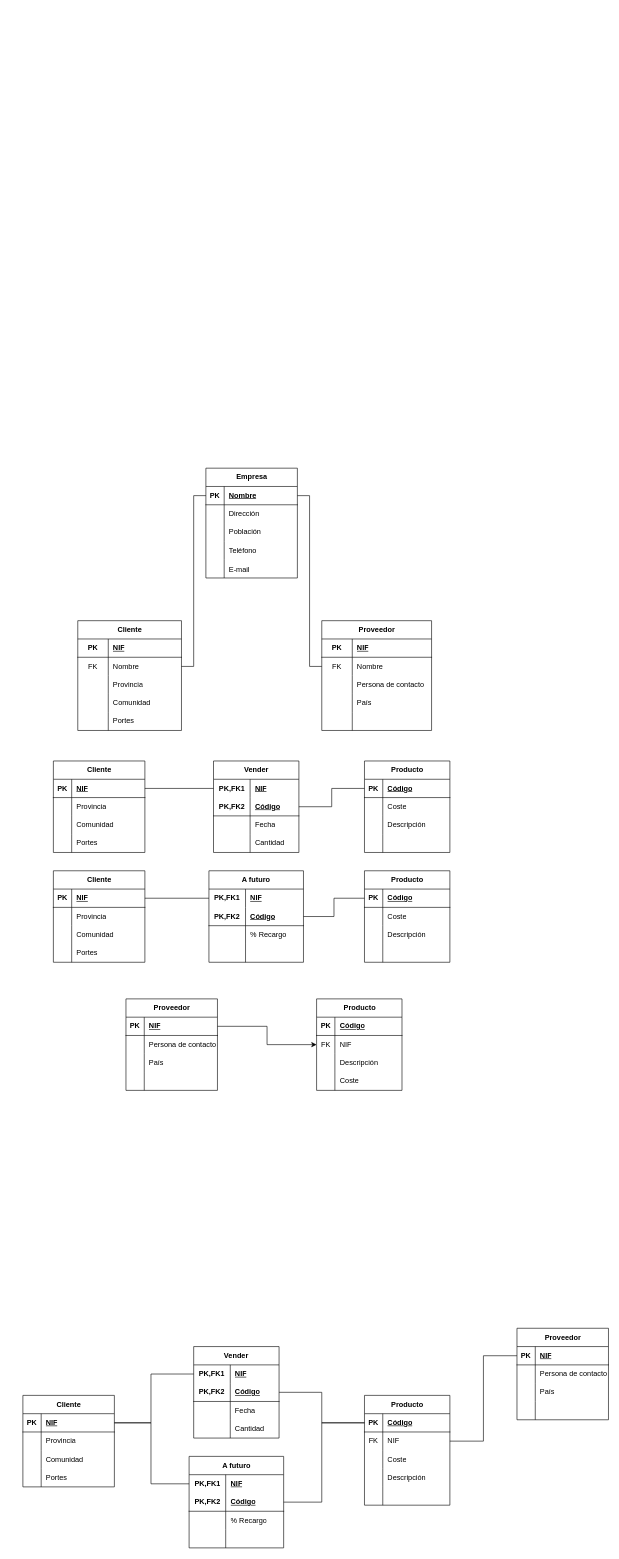
Before: EjercicioCalificable.drawio in GRMiguelAngel/Base-Datos, a draw.io diagram. Source tidied: cells renumbered, new cells numbered last; positions are measured from the earlier drawing's top-left corner, leaving out a move shared by most shapes. Both pictures are drawn from the tidied source at 61%, with x=0, y=0 at pixel (23, 468).
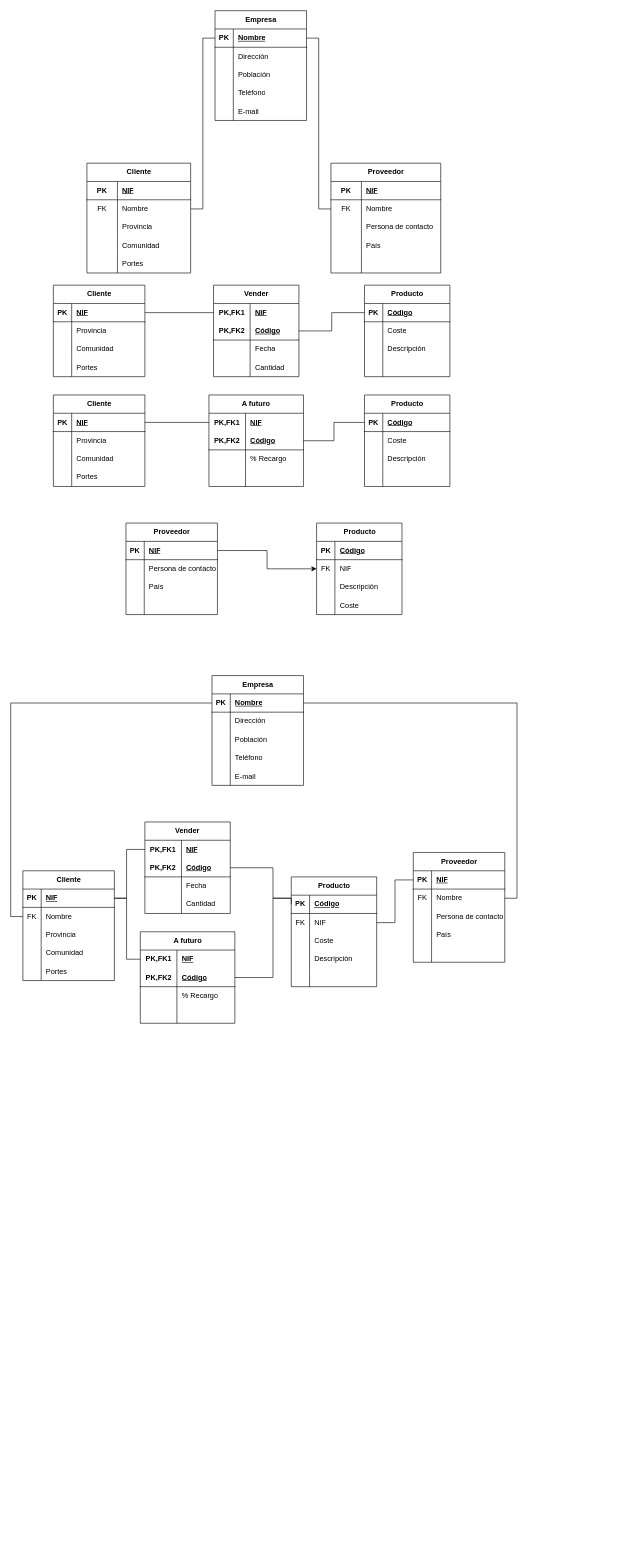
The same diagram, later.

The change refers to these unchanged cells:
```xml
<mxCell id="162" style="shape=tableRow;horizontal=0;startSize=0;swimlaneHead=0;swimlaneBody=0;fillColor=none;points=[[0,0.5],[1,0.5]];portConstraint=eastwest;top=0;left=0;right=0;bottom=0;html=1;" parent="161" vertex="1">
  <mxGeometry y="30" width="155" height="30" as="geometry" />
</mxCell>
<mxCell id="165" style="shape=tableRow;horizontal=0;startSize=0;swimlaneHead=0;swimlaneBody=0;fillColor=none;points=[[0,0.5],[1,0.5]];portConstraint=eastwest;top=0;left=0;right=0;bottom=1;html=1;" parent="161" vertex="1">
  <mxGeometry y="60" width="155" height="30" as="geometry" />
</mxCell>
<mxCell id="175" style="shape=tableRow;horizontal=0;startSize=0;swimlaneHead=0;swimlaneBody=0;fillColor=none;points=[[0,0.5],[1,0.5]];portConstraint=eastwest;top=0;left=0;right=0;bottom=1;" parent="174" vertex="1">
  <mxGeometry y="30" width="150" height="30" as="geometry" />
</mxCell>
<mxCell id="188" style="shape=tableRow;horizontal=0;startSize=0;swimlaneHead=0;swimlaneBody=0;fillColor=none;points=[[0,0.5],[1,0.5]];portConstraint=eastwest;top=0;left=0;right=0;bottom=0;html=1;" parent="187" vertex="1">
  <mxGeometry y="30" width="140" height="30" as="geometry" />
</mxCell>
<mxCell id="191" style="shape=tableRow;horizontal=0;startSize=0;swimlaneHead=0;swimlaneBody=0;fillColor=none;points=[[0,0.5],[1,0.5]];portConstraint=eastwest;top=0;left=0;right=0;bottom=1;html=1;" parent="187" vertex="1">
  <mxGeometry y="60" width="140" height="30" as="geometry" />
</mxCell>
<mxCell id="201" style="shape=tableRow;horizontal=0;startSize=0;swimlaneHead=0;swimlaneBody=0;fillColor=none;points=[[0,0.5],[1,0.5]];portConstraint=eastwest;top=0;left=0;right=0;bottom=1;" parent="200" vertex="1">
  <mxGeometry y="30" width="140" height="30" as="geometry" />
</mxCell>
```

Diff of the diagram source:
```diff
@@
     <mxCell id="2" value="A futuro" style="shape=table;startSize=30;childLayout=tableLayout;rowLines=0;fontStyle=1;align=center;html=1;whiteSpace=wrap;" parent="1" vertex="1">
-      <mxGeometry x="305" y="660" width="155" height="150" as="geometry" />
+      <mxGeometry x="305" y="-120" width="155" height="150" as="geometry" />
     </mxCell>
@@
     <mxCell id="17" value="Cliente" style="shape=table;startSize=30;childLayout=tableLayout;rowLines=0;fontStyle=1;align=center;html=1;" parent="1" vertex="1">
-      <mxGeometry x="50" y="480" width="150" height="150" as="geometry" />
+      <mxGeometry x="50" y="-300" width="150" height="150" as="geometry" />
     </mxCell>
@@
     <mxCell id="30" value="Producto" style="shape=table;startSize=30;childLayout=tableLayout;rowLines=0;fontStyle=1;align=center;html=1;" parent="1" vertex="1">
-      <mxGeometry x="560" y="660" width="140" height="150" as="geometry" />
+      <mxGeometry x="560" y="-120" width="140" height="150" as="geometry" />
     </mxCell>
@@
     <mxCell id="43" value="Vender" style="shape=table;startSize=30;childLayout=tableLayout;rowLines=0;fontStyle=1;align=center;html=1;whiteSpace=wrap;" parent="1" vertex="1">
-      <mxGeometry x="312.5" y="480" width="140" height="150" as="geometry" />
+      <mxGeometry x="312.5" y="-300" width="140" height="150" as="geometry" />
     </mxCell>
@@
     <mxCell id="56" value="Cliente" style="shape=table;startSize=30;childLayout=tableLayout;rowLines=0;fontStyle=1;align=center;html=1;" parent="1" vertex="1">
-      <mxGeometry x="50" y="660" width="150" height="150" as="geometry" />
+      <mxGeometry x="50" y="-120" width="150" height="150" as="geometry" />
     </mxCell>
@@
     <mxCell id="69" value="Producto" style="shape=table;startSize=30;childLayout=tableLayout;rowLines=0;fontStyle=1;align=center;html=1;" parent="1" vertex="1">
-      <mxGeometry x="560" y="480" width="140" height="150" as="geometry" />
+      <mxGeometry x="560" y="-300" width="140" height="150" as="geometry" />
     </mxCell>
@@
     <mxCell id="84" value="&lt;div&gt;Proveedor&lt;/div&gt;" style="shape=table;startSize=30;childLayout=tableLayout;rowLines=0;fontStyle=1;align=center;html=1;" parent="1" vertex="1">
-      <mxGeometry x="169" y="870" width="150" height="150" as="geometry" />
+      <mxGeometry x="169" y="90" width="150" height="150" as="geometry" />
     </mxCell>
@@
     <mxCell id="97" value="Producto" style="shape=table;startSize=30;childLayout=tableLayout;rowLines=0;fontStyle=1;align=center;html=1;" parent="1" vertex="1">
-      <mxGeometry x="481.5" y="870" width="140" height="150" as="geometry" />
+      <mxGeometry x="481.5" y="90" width="140" height="150" as="geometry" />
     </mxCell>
@@
     <mxCell id="111" value="Cliente" style="shape=table;startSize=30;childLayout=tableLayout;rowLines=0;fontStyle=1;align=center;html=1;" parent="1" vertex="1">
-      <mxGeometry x="90" y="250" width="170" height="180" as="geometry" />
+      <mxGeometry x="105" y="-500" width="170" height="180" as="geometry" />
     </mxCell>
@@
     <mxCell id="127" value="&lt;div&gt;Proveedor&lt;/div&gt;" style="shape=table;startSize=30;childLayout=tableLayout;rowLines=0;fontStyle=1;align=center;html=1;" parent="1" vertex="1">
-      <mxGeometry x="490" y="250" width="180" height="180" as="geometry" />
+      <mxGeometry x="505" y="-500" width="180" height="180" as="geometry" />
     </mxCell>
@@
     <mxCell id="143" value="Empresa" style="shape=table;startSize=30;childLayout=tableLayout;rowLines=0;fontStyle=1;align=center;html=1;" parent="1" vertex="1">
-      <mxGeometry x="300" width="150" height="180" as="geometry" />
+      <mxGeometry x="315" y="-750" width="150" height="180" as="geometry" />
     </mxCell>
@@
     <mxCell id="161" value="A futuro" style="shape=table;startSize=30;childLayout=tableLayout;rowLines=0;fontStyle=1;align=center;html=1;whiteSpace=wrap;" parent="1" vertex="1">
-      <mxGeometry x="272.5" y="1620" width="155" height="150" as="geometry" />
+      <mxGeometry x="192.5" y="760" width="155" height="150" as="geometry" />
     </mxCell>
@@
     <mxCell id="174" value="Cliente" style="shape=table;startSize=30;childLayout=tableLayout;rowLines=0;fontStyle=1;align=center;html=1;" parent="1" vertex="1">
-      <mxGeometry y="1520" width="150" height="150" as="geometry" />
+      <mxGeometry y="660" width="150" height="180" as="geometry" />
     </mxCell>
@@
+    <mxCell id="234" style="shape=tableRow;horizontal=0;startSize=0;swimlaneHead=0;swimlaneBody=0;fillColor=none;points=[[0,0.5],[1,0.5]];portConstraint=eastwest;top=0;left=0;right=0;bottom=0;" parent="174" vertex="1">
+      <mxGeometry y="60" width="150" height="30" as="geometry" />
+    </mxCell>
+    <mxCell id="235" value="FK" style="shape=partialRectangle;fillColor=none;top=0;left=0;bottom=0;right=0;fontStyle=0;overflow=hidden;whiteSpace=wrap;html=1;" parent="234" vertex="1">
+      <mxGeometry width="30" height="30" as="geometry" />
+    </mxCell>
+    <mxCell id="236" value="Nombre" style="shape=partialRectangle;fillColor=none;top=0;left=0;bottom=0;right=0;align=left;spacingLeft=6;fontStyle=0;overflow=hidden;whiteSpace=wrap;html=1;" parent="234" vertex="1">
+      <mxGeometry x="30" width="120" height="30" as="geometry" />
+    </mxCell>
     <mxCell id="178" style="shape=tableRow;horizontal=0;startSize=0;swimlaneHead=0;swimlaneBody=0;fillColor=none;top=0;left=0;right=0;bottom=0;" parent="174" vertex="1">
-      <mxGeometry y="60" width="150" height="30" as="geometry" />
+      <mxGeometry y="90" width="150" height="30" as="geometry" />
     </mxCell>
@@
     <mxCell id="181" style="shape=tableRow;horizontal=0;startSize=0;swimlaneHead=0;swimlaneBody=0;fillColor=none;top=0;left=0;right=0;bottom=0;" parent="174" vertex="1">
-      <mxGeometry y="90" width="150" height="30" as="geometry" />
+      <mxGeometry y="120" width="150" height="30" as="geometry" />
     </mxCell>
@@
     <mxCell id="184" style="shape=tableRow;horizontal=0;startSize=0;swimlaneHead=0;swimlaneBody=0;fillColor=none;top=0;left=0;right=0;bottom=0;" parent="174" vertex="1">
-      <mxGeometry y="120" width="150" height="30" as="geometry" />
+      <mxGeometry y="150" width="150" height="30" as="geometry" />
     </mxCell>
@@
     <mxCell id="187" value="Vender" style="shape=table;startSize=30;childLayout=tableLayout;rowLines=0;fontStyle=1;align=center;html=1;whiteSpace=wrap;" parent="1" vertex="1">
-      <mxGeometry x="280" y="1440" width="140" height="150" as="geometry" />
+      <mxGeometry x="200" y="580" width="140" height="150" as="geometry" />
     </mxCell>
@@
     <mxCell id="200" value="Producto" style="shape=table;startSize=30;childLayout=tableLayout;rowLines=0;fontStyle=1;align=center;html=1;" parent="1" vertex="1">
-      <mxGeometry x="560" y="1520" width="140" height="180" as="geometry" />
+      <mxGeometry x="440" y="670" width="140" height="180" as="geometry" />
     </mxCell>
@@
     <mxCell id="216" style="edgeStyle=orthogonalEdgeStyle;rounded=0;jettySize=auto;html=1;entryX=0;entryY=0.5;entryDx=0;entryDy=0;endArrow=none;endFill=0;" parent="1" edge="1" source="175" target="188">
       <mxGeometry relative="1" as="geometry">
         <Array as="points">
-          <mxPoint x="210" y="1565" />
-          <mxPoint x="210" y="1485" />
+          <mxPoint x="170" y="705" />
+          <mxPoint x="170" y="625" />
         </Array>
       </mxGeometry>
     </mxCell>
     <mxCell id="217" style="edgeStyle=orthogonalEdgeStyle;rounded=0;jettySize=auto;html=1;entryX=0;entryY=0.5;entryDx=0;entryDy=0;endArrow=none;endFill=0;" parent="1" edge="1" source="191" target="201">
       <mxGeometry relative="1" as="geometry">
         <Array as="points">
-          <mxPoint x="490" y="1515" />
-          <mxPoint x="490" y="1565" />
+          <mxPoint x="410" y="655" />
+          <mxPoint x="410" y="705" />
         </Array>
       </mxGeometry>
     </mxCell>
     <mxCell id="218" style="edgeStyle=orthogonalEdgeStyle;rounded=0;jettySize=auto;html=1;entryX=0;entryY=0.5;entryDx=0;entryDy=0;endArrow=none;endFill=0;" parent="1" edge="1" source="175" target="162">
       <mxGeometry relative="1" as="geometry">
         <Array as="points">
-          <mxPoint x="210" y="1565" />
-          <mxPoint x="210" y="1665" />
+          <mxPoint x="170" y="705" />
+          <mxPoint x="170" y="805" />
         </Array>
       </mxGeometry>
     </mxCell>
     <mxCell id="219" style="edgeStyle=orthogonalEdgeStyle;rounded=0;jettySize=auto;html=1;entryX=1;entryY=0.5;entryDx=0;entryDy=0;endArrow=none;endFill=0;" parent="1" edge="1" source="201" target="165">
       <mxGeometry relative="1" as="geometry">
         <Array as="points">
-          <mxPoint x="490" y="1565" />
-          <mxPoint x="490" y="1695" />
+          <mxPoint x="410" y="705" />
+          <mxPoint x="410" y="835" />
         </Array>
       </mxGeometry>
     </mxCell>
     <mxCell id="220" value="&lt;div&gt;Proveedor&lt;/div&gt;" style="shape=table;startSize=30;childLayout=tableLayout;rowLines=0;fontStyle=1;align=center;html=1;" parent="1" vertex="1">
-      <mxGeometry x="810" y="1410" width="150" height="150" as="geometry" />
+      <mxGeometry x="640" y="630" width="150" height="180" as="geometry" />
     </mxCell>
@@
+    <mxCell id="237" style="shape=tableRow;horizontal=0;startSize=0;swimlaneHead=0;swimlaneBody=0;fillColor=none;points=[[0,0.5],[1,0.5]];portConstraint=eastwest;top=0;left=0;right=0;bottom=0;" parent="220" vertex="1">
+      <mxGeometry y="60" width="150" height="30" as="geometry" />
+    </mxCell>
+    <mxCell id="238" value="FK" style="shape=partialRectangle;fillColor=none;top=0;left=0;bottom=0;right=0;fontStyle=0;overflow=hidden;whiteSpace=wrap;html=1;" parent="237" vertex="1">
+      <mxGeometry width="30" height="30" as="geometry" />
+    </mxCell>
+    <mxCell id="239" value="Nombre" style="shape=partialRectangle;fillColor=none;top=0;left=0;bottom=0;right=0;align=left;spacingLeft=6;fontStyle=0;overflow=hidden;whiteSpace=wrap;html=1;" parent="237" vertex="1">
+      <mxGeometry x="30" width="120" height="30" as="geometry" />
+    </mxCell>
     <mxCell id="224" style="shape=tableRow;horizontal=0;startSize=0;swimlaneHead=0;swimlaneBody=0;fillColor=none;top=0;left=0;right=0;bottom=0;" parent="220" vertex="1">
-      <mxGeometry y="60" width="150" height="30" as="geometry" />
+      <mxGeometry y="90" width="150" height="30" as="geometry" />
     </mxCell>
@@
     <mxCell id="227" style="shape=tableRow;horizontal=0;startSize=0;swimlaneHead=0;swimlaneBody=0;fillColor=none;top=0;left=0;right=0;bottom=0;" parent="220" vertex="1">
-      <mxGeometry y="90" width="150" height="30" as="geometry" />
+      <mxGeometry y="120" width="150" height="30" as="geometry" />
     </mxCell>
@@
     <mxCell id="230" style="shape=tableRow;horizontal=0;startSize=0;swimlaneHead=0;swimlaneBody=0;fillColor=none;top=0;left=0;right=0;bottom=0;" parent="220" vertex="1">
-      <mxGeometry y="120" width="150" height="30" as="geometry" />
+      <mxGeometry y="150" width="150" height="30" as="geometry" />
     </mxCell>
@@
+    <mxCell id="240" value="Empresa" style="shape=table;startSize=30;childLayout=tableLayout;rowLines=0;fontStyle=1;align=center;html=1;" parent="1" vertex="1">
+      <mxGeometry x="310" y="340" width="150" height="180" as="geometry" />
+    </mxCell>
+    <mxCell id="241" style="shape=tableRow;horizontal=0;startSize=0;swimlaneHead=0;swimlaneBody=0;fillColor=none;points=[[0,0.5],[1,0.5]];portConstraint=eastwest;top=0;left=0;right=0;bottom=1;" parent="240" vertex="1">
+      <mxGeometry y="30" width="150" height="30" as="geometry" />
+    </mxCell>
+    <mxCell id="242" value="PK" style="shape=partialRectangle;fillColor=none;top=0;left=0;bottom=0;right=0;fontStyle=1;overflow=hidden;whiteSpace=wrap;html=1;" parent="241" vertex="1">
+      <mxGeometry width="30" height="30" as="geometry" />
+    </mxCell>
+    <mxCell id="243" value="Nombre" style="shape=partialRectangle;fillColor=none;top=0;left=0;bottom=0;right=0;align=left;spacingLeft=6;fontStyle=5;overflow=hidden;whiteSpace=wrap;html=1;" parent="241" vertex="1">
+      <mxGeometry x="30" width="120" height="30" as="geometry" />
+    </mxCell>
+    <mxCell id="244" style="shape=tableRow;horizontal=0;startSize=0;swimlaneHead=0;swimlaneBody=0;fillColor=none;top=0;left=0;right=0;bottom=0;" parent="240" vertex="1">
+      <mxGeometry y="60" width="150" height="30" as="geometry" />
+    </mxCell>
+    <mxCell id="245" style="shape=partialRectangle;fillColor=none;top=0;left=0;bottom=0;right=0;overflow=hidden;whiteSpace=wrap;html=1;" parent="244" vertex="1">
+      <mxGeometry width="30" height="30" as="geometry" />
+    </mxCell>
+    <mxCell id="246" value="Dirección" style="shape=partialRectangle;fillColor=none;top=0;left=0;bottom=0;right=0;align=left;spacingLeft=6;overflow=hidden;whiteSpace=wrap;html=1;" parent="244" vertex="1">
+      <mxGeometry x="30" width="120" height="30" as="geometry" />
+    </mxCell>
+    <mxCell id="247" style="shape=tableRow;horizontal=0;startSize=0;swimlaneHead=0;swimlaneBody=0;fillColor=none;top=0;left=0;right=0;bottom=0;" parent="240" vertex="1">
+      <mxGeometry y="90" width="150" height="30" as="geometry" />
+    </mxCell>
+    <mxCell id="248" style="shape=partialRectangle;fillColor=none;top=0;left=0;bottom=0;right=0;overflow=hidden;whiteSpace=wrap;html=1;" parent="247" vertex="1">
+      <mxGeometry width="30" height="30" as="geometry" />
+    </mxCell>
+    <mxCell id="249" value="Población" style="shape=partialRectangle;fillColor=none;top=0;left=0;bottom=0;right=0;align=left;spacingLeft=6;overflow=hidden;whiteSpace=wrap;html=1;" parent="247" vertex="1">
+      <mxGeometry x="30" width="120" height="30" as="geometry" />
+    </mxCell>
+    <mxCell id="250" style="shape=tableRow;horizontal=0;startSize=0;swimlaneHead=0;swimlaneBody=0;fillColor=none;top=0;left=0;right=0;bottom=0;" parent="240" vertex="1">
+      <mxGeometry y="120" width="150" height="30" as="geometry" />
+    </mxCell>
+    <mxCell id="251" style="shape=partialRectangle;fillColor=none;top=0;left=0;bottom=0;right=0;overflow=hidden;whiteSpace=wrap;html=1;" parent="250" vertex="1">
+      <mxGeometry width="30" height="30" as="geometry" />
+    </mxCell>
+    <mxCell id="252" value="Teléfono" style="shape=partialRectangle;fillColor=none;top=0;left=0;bottom=0;right=0;align=left;spacingLeft=6;overflow=hidden;whiteSpace=wrap;html=1;" parent="250" vertex="1">
+      <mxGeometry x="30" width="120" height="30" as="geometry" />
+    </mxCell>
+    <mxCell id="253" style="shape=tableRow;horizontal=0;startSize=0;swimlaneHead=0;swimlaneBody=0;fillColor=none;top=0;left=0;right=0;bottom=0;" parent="240" vertex="1">
+      <mxGeometry y="150" width="150" height="30" as="geometry" />
+    </mxCell>
+    <mxCell id="254" style="shape=partialRectangle;fillColor=none;top=0;left=0;bottom=0;right=0;overflow=hidden;" parent="253" vertex="1">
+      <mxGeometry width="30" height="30" as="geometry" />
+    </mxCell>
+    <mxCell id="255" value="E-mail" style="shape=partialRectangle;fillColor=none;top=0;left=0;bottom=0;right=0;align=left;spacingLeft=6;overflow=hidden;" parent="253" vertex="1">
+      <mxGeometry x="30" width="120" height="30" as="geometry" />
+    </mxCell>
+    <mxCell id="256" style="edgeStyle=orthogonalEdgeStyle;rounded=0;jettySize=auto;html=1;entryX=0;entryY=0.5;entryDx=0;entryDy=0;exitX=0;exitY=0.5;exitDx=0;exitDy=0;endArrow=none;endFill=0;" parent="1" edge="1" source="241" target="234">
+      <mxGeometry relative="1" as="geometry" />
+    </mxCell>
+    <mxCell id="257" style="edgeStyle=orthogonalEdgeStyle;rounded=0;jettySize=auto;html=1;entryX=1;entryY=0.5;entryDx=0;entryDy=0;exitX=1;exitY=0.5;exitDx=0;exitDy=0;endArrow=none;endFill=0;" parent="1" edge="1" source="241" target="237">
+      <mxGeometry relative="1" as="geometry" />
+    </mxCell>
```
